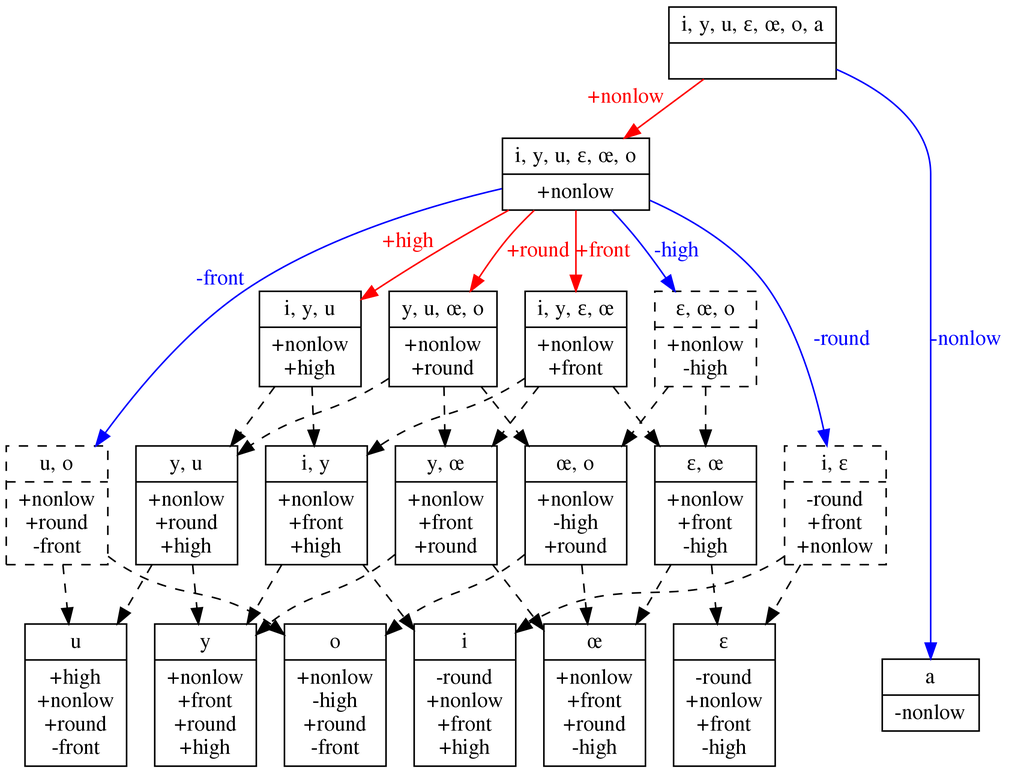
rdaland/Pheatures keeps this Graphviz diagram as squib/diagrams/vowel_inventory_contrastive_FEATURAL.png. Above is the earlier version. Its source is kept beside it as squib/diagrams/vowel_inventory_contrastive_FEATURAL.gv.
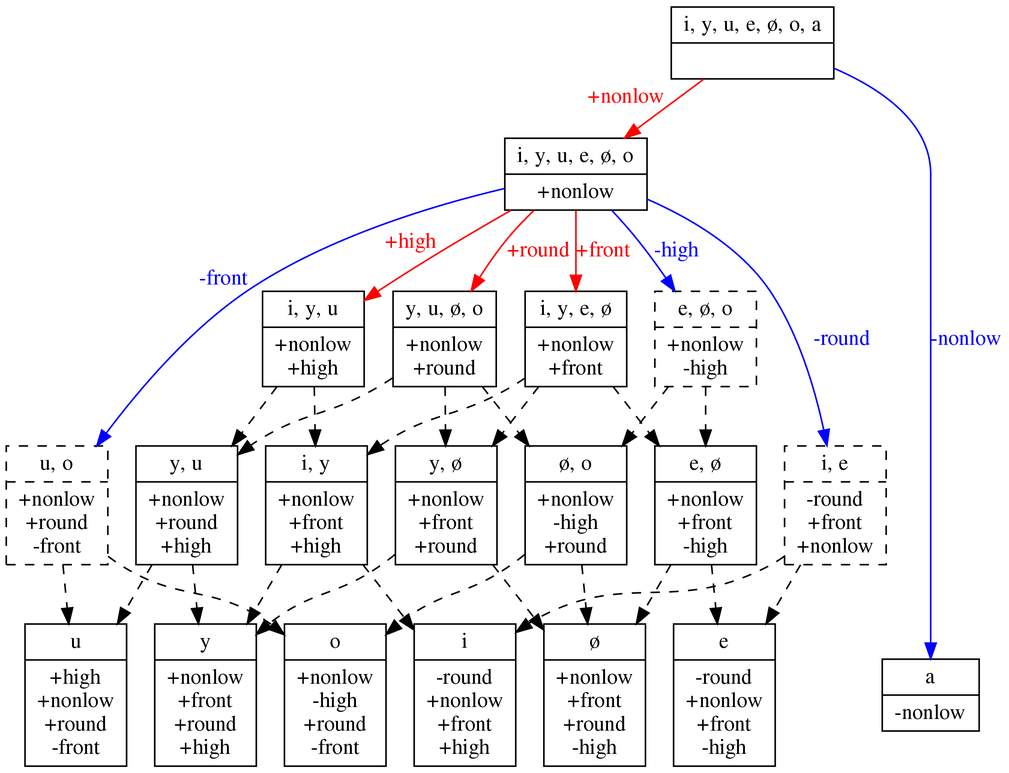
After the commit.

Diff of the diagram source:
```diff
@@ -1,25 +1,25 @@
 digraph {
 	graph [ dpi = 300 ];
-	0 [label="{<segs> i, y, u, ɛ, œ, o, a |<feats>  }",shape=record]
-	1 [label="{<segs> i, y, u, ɛ, œ, o |<feats> +nonlow }",shape=record]
-	2 [label="{<segs> i, y, ɛ, œ |<feats> +nonlow\n+front }",shape=record]
-	3 [label="{<segs> y, u, œ, o |<feats> +nonlow\n+round }",shape=record]
+	0 [label="{<segs> i, y, u, e, ø, o, a |<feats>  }",shape=record]
+	1 [label="{<segs> i, y, u, e, ø, o |<feats> +nonlow }",shape=record]
+	2 [label="{<segs> i, y, e, ø |<feats> +nonlow\n+front }",shape=record]
+	3 [label="{<segs> y, u, ø, o |<feats> +nonlow\n+round }",shape=record]
 	4 [label="{<segs> i, y, u |<feats> +nonlow\n+high }",shape=record]
 	5 [label="{<segs> i |<feats> -round\n+nonlow\n+front\n+high }",shape=record]
 	6 [label="{<segs> y |<feats> +nonlow\n+front\n+round\n+high }",shape=record]
 	7 [label="{<segs> u |<feats> +high\n+nonlow\n+round\n-front }",shape=record]
-	8 [label="{<segs> ɛ |<feats> -round\n+nonlow\n+front\n-high }",shape=record]
-	9 [label="{<segs> œ |<feats> +nonlow\n+front\n+round\n-high }",shape=record]
+	8 [label="{<segs> e |<feats> -round\n+nonlow\n+front\n-high }",shape=record]
+	9 [label="{<segs> ø |<feats> +nonlow\n+front\n+round\n-high }",shape=record]
 	10 [label="{<segs> o |<feats> +nonlow\n-high\n+round\n-front }",shape=record]
 	11 [label="{<segs> a |<feats> -nonlow }",shape=record]
-	12 [label="{<segs> y, œ |<feats> +nonlow\n+front\n+round }",shape=record]
+	12 [label="{<segs> y, ø |<feats> +nonlow\n+front\n+round }",shape=record]
 	13 [label="{<segs> i, y |<feats> +nonlow\n+front\n+high }",shape=record]
 	14 [label="{<segs> y, u |<feats> +nonlow\n+round\n+high }",shape=record]
 	15 [label="{<segs> u, o |<feats> +nonlow\n+round\n-front }",shape=record,style=dashed]
-	16 [label="{<segs> i, ɛ |<feats> -round\n+front\n+nonlow }",shape=record,style=dashed]
-	17 [label="{<segs> ɛ, œ, o |<feats> +nonlow\n-high }",shape=record,style=dashed]
-	18 [label="{<segs> ɛ, œ |<feats> +nonlow\n+front\n-high }",shape=record]
-	19 [label="{<segs> œ, o |<feats> +nonlow\n-high\n+round }",shape=record]
+	16 [label="{<segs> i, e |<feats> -round\n+front\n+nonlow }",shape=record,style=dashed]
+	17 [label="{<segs> e, ø, o |<feats> +nonlow\n-high }",shape=record,style=dashed]
+	18 [label="{<segs> e, ø |<feats> +nonlow\n+front\n-high }",shape=record]
+	19 [label="{<segs> ø, o |<feats> +nonlow\n-high\n+round }",shape=record]
 
 	0 -> 1 [xlabel="+nonlow",fontcolor=red,color=red]
 	0 -> 11	[label="-nonlow",fontcolor=blue,color=blue]
```
